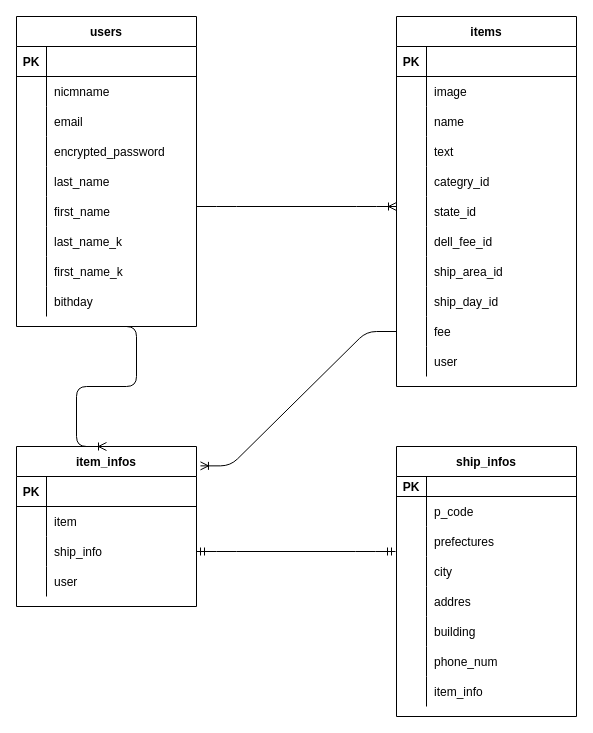
syu-akita/furima-33068 keeps this draw.io diagram as app/test.dio. Above is the earlier version. Source tidied: cells renumbered, new cells numbered last; positions are measured from the earlier drawing's top-left corner, leaving out a move shared by most shapes. Both pictures are drawn from the tidied source at 100%, with x=0, y=0 at pixel (16, 16).
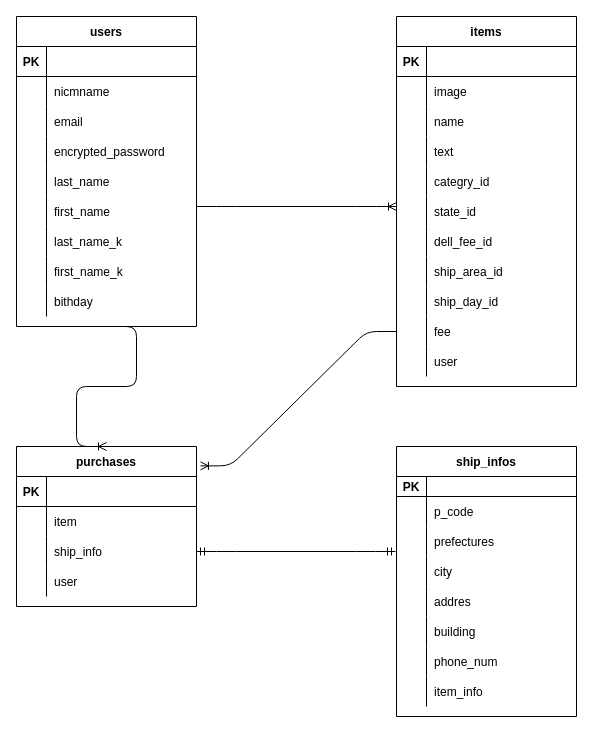
The same page after the edit.

Commit message (it also covers changes not shown here):
データベースの設計 part4

Diff of the diagram source:
```diff
@@
-    <mxCell id="90" value="item_infos" style="shape=table;startSize=30;childLayout=tableLayout;rowLines=0;fontStyle=1;align=center;" parent="1" vertex="1">
+    <mxCell id="90" value="purchases" style="shape=table;startSize=30;childLayout=tableLayout;rowLines=0;fontStyle=1;align=center;" parent="1" vertex="1">
       <mxGeometry y="430" width="180" height="160" as="geometry" />
     </mxCell>
```
